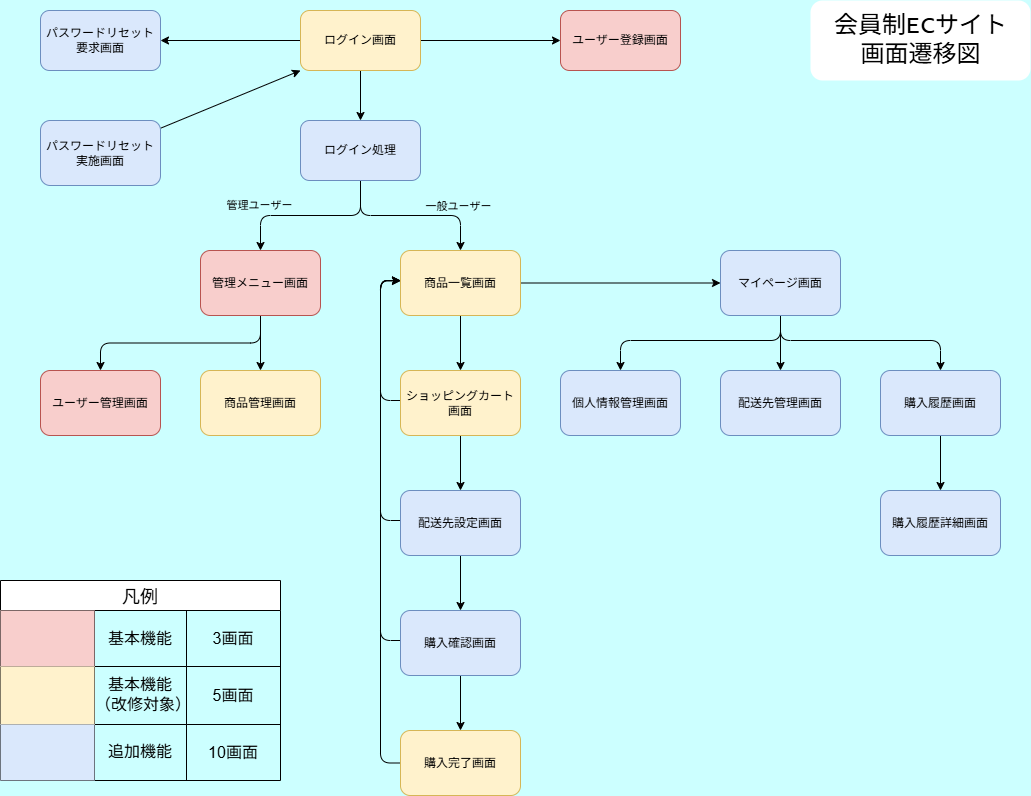
This is documents/画面遷移図.drawio.png from Kaz-1976/learning-php-laravel, a draw.io export, as it was before one commit. Source tidied: cells renumbered, new cells last; positions are measured from the earlier drawing's top-left corner, leaving out a move shared by most shapes.
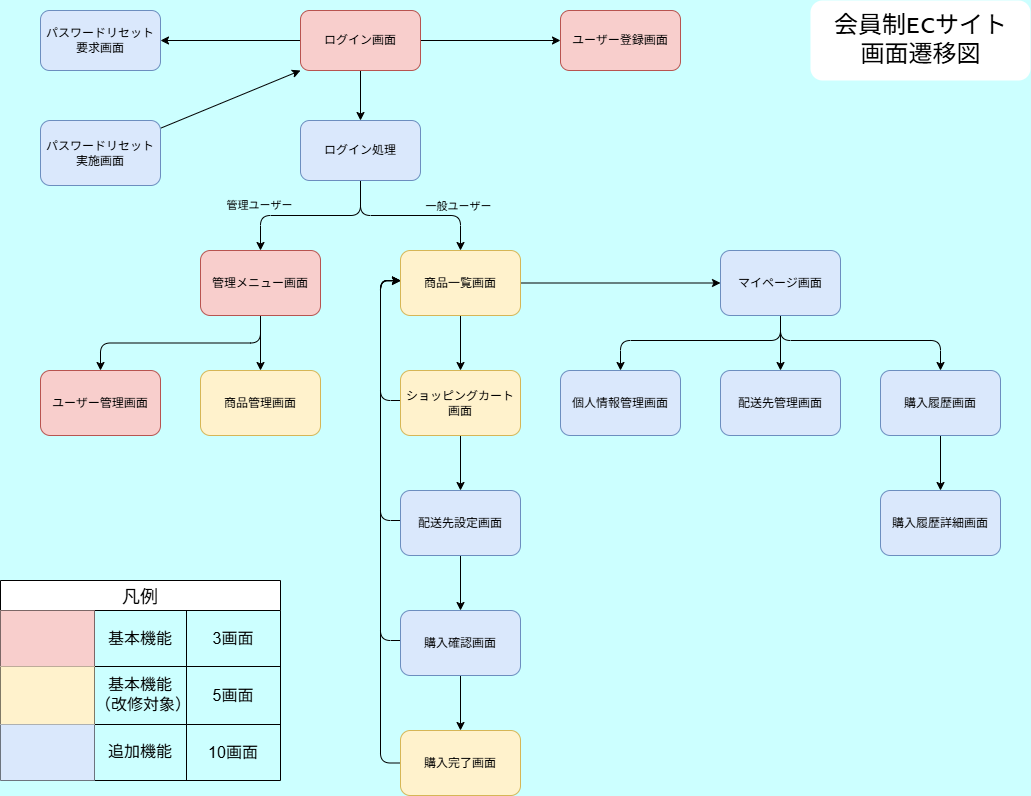
After the commit.

What changed in the source:
```diff
@@ -11,7 +11,7 @@
     <mxCell id="4" style="edgeStyle=none;html=1;exitX=0.5;exitY=1;exitDx=0;exitDy=0;entryX=0.5;entryY=0;entryDx=0;entryDy=0;" parent="1" edge="1" source="5" target="43">
       <mxGeometry relative="1" as="geometry" />
     </mxCell>
-    <mxCell id="5" value="ログイン画面" style="rounded=1;whiteSpace=wrap;html=1;fillColor=#fff2cc;strokeColor=#d6b656;" parent="1" vertex="1">
+    <mxCell id="5" value="ログイン画面" style="rounded=1;whiteSpace=wrap;html=1;fillColor=#f8cecc;strokeColor=#b85450;" parent="1" vertex="1">
       <mxGeometry x="300" y="10" width="120" height="60" as="geometry" />
     </mxCell>
     <mxCell id="6" style="edgeStyle=none;html=1;entryX=0.5;entryY=0;entryDx=0;entryDy=0;rounded=1;" parent="1" edge="1" source="8" target="12">
```
